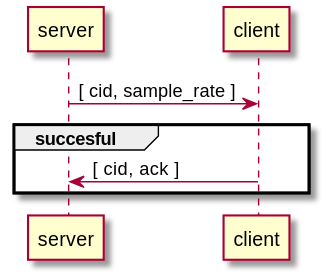
Earlier version of the PlantUML export soundzones_protocol/sequence_diagrams/B4_set_sound_compression.svg (NielsDyrberg/Wireless_sound_zones).
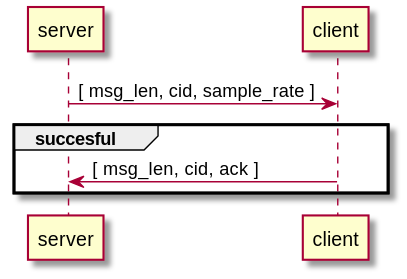
After the change.

Change to the diagram source:
```diff
@@ -1,6 +1,6 @@
 @startuml B4_set_sound_compression
-server -> client: [ cid, sample_rate ]
+server -> client: [ msg_len, cid, sample_rate ]
 group succesful
-    server <- client: [ cid, ack ]
+    server <- client: [ msg_len, cid, ack ]
 end
 @enduml
```
